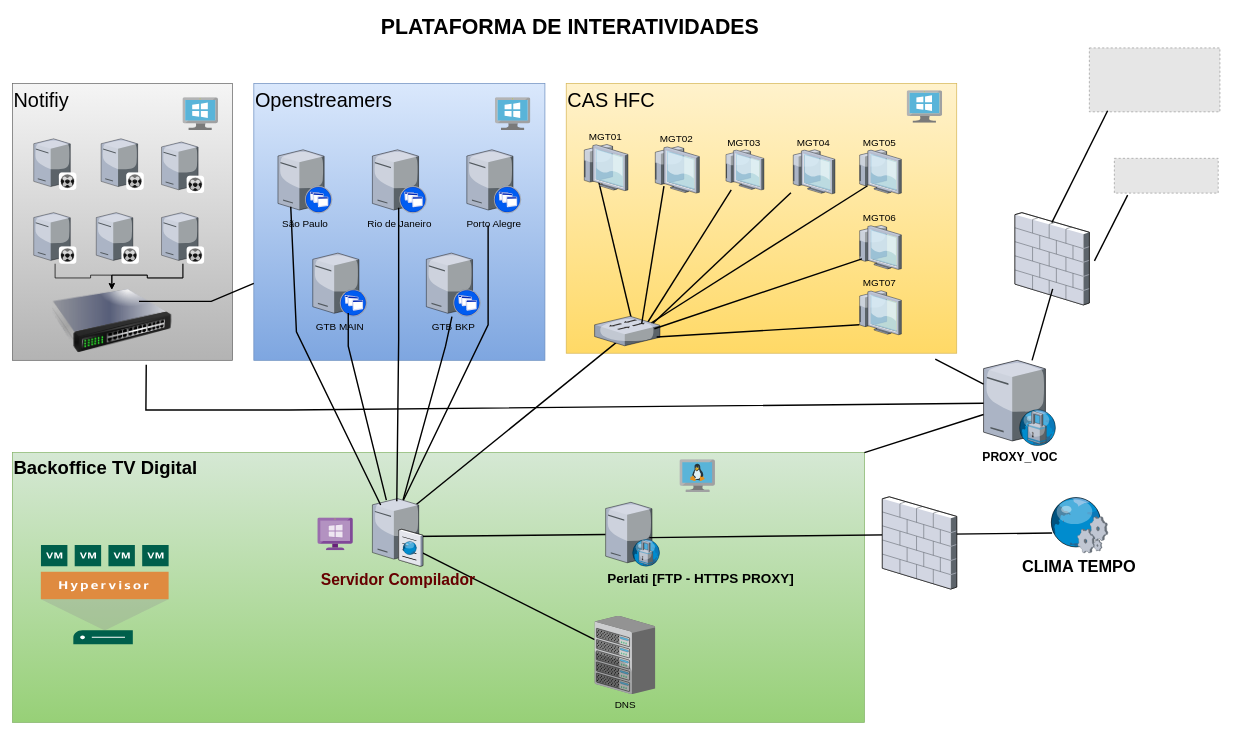
Before: NovaTopologia_Interatividades.drawio in eloyx3x/Diagramas, a draw.io diagram. Source tidied: cells renumbered, new cells numbered last; positions are measured from the earlier drawing's top-left corner, leaving out a move shared by most shapes. Both pictures are drawn from the tidied source at 71%, with x=0, y=0 at pixel (12, 12). Pictures stored in the file or linked from it are replaced by grey dashed boxes.
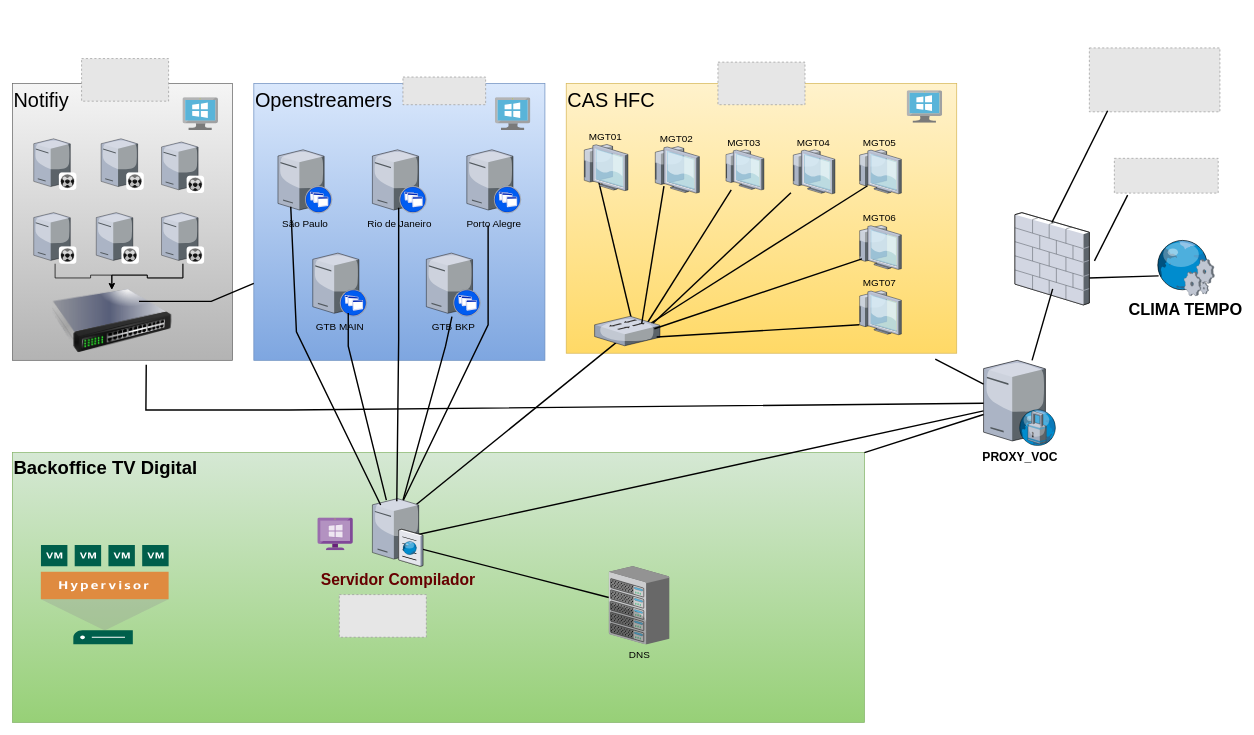
Above is the later version.

Unchanged cells that the change refers to:
```xml
<mxCell id="27" value="&lt;font color=&quot;#660000&quot; style=&quot;font-size: 22px;&quot;&gt;&lt;b style=&quot;font-size: 22px;&quot;&gt;&lt;font style=&quot;font-size: 22px;&quot;&gt;Servidor Compilador&lt;/font&gt;&lt;/b&gt;&lt;/font&gt;" style="verticalLabelPosition=bottom;html=1;verticalAlign=top;strokeColor=none;shape=mxgraph.citrix.cache_server;fontSize=22;labelPosition=center;align=center;labelBackgroundColor=none;" parent="1" vertex="1">
  <mxGeometry x="507" y="682.5" width="71" height="97.5" as="geometry" />
</mxCell>
<mxCell id="46" style="verticalLabelPosition=bottom;html=1;verticalAlign=top;strokeColor=none;shape=mxgraph.citrix.firewall;fontSize=14;labelBackgroundColor=none;" parent="1" vertex="1">
  <mxGeometry x="1412" y="282" width="104.8" height="130" as="geometry" />
</mxCell>
<mxCell id="51" value="PROXY_VOC" style="verticalLabelPosition=bottom;sketch=0;html=1;verticalAlign=top;strokeColor=none;align=center;outlineConnect=0;shape=mxgraph.citrix.proxy_server;fontSize=17;fontStyle=1;" parent="1" vertex="1">
  <mxGeometry x="1367.8" y="490" width="102" height="120" as="geometry" />
</mxCell>
```

Change to the diagram source:
```diff
@@
-    <mxCell id="13" style="edgeStyle=none;rounded=0;html=1;startSize=10;endSize=10;jettySize=auto;fontSize=14;endArrow=none;endFill=0;strokeWidth=2;exitX=0.727;exitY=0.57;exitDx=0;exitDy=0;exitPerimeter=0;labelBackgroundColor=none;fontColor=default;" parent="1" edge="1" source="27" target="16">
+    <mxCell id="13" style="edgeStyle=none;rounded=0;html=1;startSize=10;endSize=10;jettySize=auto;fontSize=14;endArrow=none;endFill=0;strokeWidth=2;exitX=0.727;exitY=0.57;exitDx=0;exitDy=0;exitPerimeter=0;labelBackgroundColor=none;fontColor=default;" parent="1" edge="1" source="27" target="51">
       <mxGeometry relative="1" as="geometry" />
     </mxCell>
     <mxCell id="14" value="DNS" style="verticalLabelPosition=bottom;html=1;verticalAlign=top;strokeColor=none;shape=mxgraph.citrix.chassis;fontSize=14;labelBackgroundColor=none;" parent="1" vertex="1">
-      <mxGeometry x="820" y="850" width="85.2" height="110" as="geometry" />
+      <mxGeometry x="840" y="780" width="85.2" height="110" as="geometry" />
     </mxCell>
@@
-    <mxCell id="16" value="&lt;b&gt;&lt;font style=&quot;font-size: 19px;&quot;&gt;&amp;nbsp;&amp;nbsp;&amp;nbsp;&amp;nbsp;&amp;nbsp;&amp;nbsp;&amp;nbsp;&amp;nbsp;&amp;nbsp;&amp;nbsp;&amp;nbsp;&amp;nbsp;&amp;nbsp;&amp;nbsp;&amp;nbsp;&amp;nbsp;&amp;nbsp;&amp;nbsp;&amp;nbsp;&amp;nbsp;&amp;nbsp;&amp;nbsp;&amp;nbsp;&amp;nbsp;&amp;nbsp;&amp;nbsp;&amp;nbsp;&amp;nbsp;&amp;nbsp;&amp;nbsp;&amp;nbsp;&amp;nbsp;&amp;nbsp;&amp;nbsp;&amp;nbsp; Perlati [FTP - HTTPS PROXY]&lt;/font&gt;&lt;/b&gt;" style="verticalLabelPosition=bottom;html=1;verticalAlign=top;strokeColor=none;shape=mxgraph.citrix.proxy_server;fontSize=14;labelBackgroundColor=none;" parent="1" vertex="1">
-      <mxGeometry x="835.5" y="690" width="76.5" height="90" as="geometry" />
-    </mxCell>
@@
-    <mxCell id="24" value="PLATAFORMA DE INTERATIVIDADES" style="text;strokeColor=none;fillColor=none;html=1;fontSize=30;fontStyle=1;verticalAlign=middle;align=center;labelBackgroundColor=none;" parent="1" vertex="1">
-      <mxGeometry x="354" width="861" height="40" as="geometry" />
-    </mxCell>
@@
     <mxCell id="36" value="CLIMA TEMPO" style="verticalLabelPosition=bottom;html=1;verticalAlign=top;strokeColor=none;shape=mxgraph.citrix.web_service;fontSize=23;labelBackgroundColor=none;fontStyle=1;" parent="1" vertex="1">
-      <mxGeometry x="1460" y="682.2" width="83" height="79" as="geometry" />
+      <mxGeometry x="1610" y="320" width="83" height="79" as="geometry" />
     </mxCell>
-    <mxCell id="37" style="edgeStyle=none;rounded=0;html=1;startSize=10;endSize=10;jettySize=auto;fontSize=14;endArrow=none;endFill=0;strokeWidth=2;exitX=0.805;exitY=0.552;exitDx=0;exitDy=0;exitPerimeter=0;entryX=0.053;entryY=0.646;entryDx=0;entryDy=0;entryPerimeter=0;labelBackgroundColor=none;fontColor=default;" parent="1" edge="1" source="16" target="36">
+    <mxCell id="37" style="edgeStyle=none;rounded=0;html=1;startSize=10;endSize=10;jettySize=auto;fontSize=14;endArrow=none;endFill=0;strokeWidth=2;exitX=0.992;exitY=0.708;exitDx=0;exitDy=0;exitPerimeter=0;entryX=0.053;entryY=0.646;entryDx=0;entryDy=0;entryPerimeter=0;labelBackgroundColor=none;fontColor=default;" parent="1" edge="1" source="46" target="36">
       <mxGeometry relative="1" as="geometry" />
     </mxCell>
@@
-    <mxCell id="57" style="image;sketch=0;html=1;align=center;fontSize=12;image=img/lib/mscae/VM_Linux.svg;" parent="1" vertex="1">
-      <mxGeometry x="940" y="630" width="50" height="46" as="geometry" />
-    </mxCell>
@@
-    <mxCell id="66" style="verticalLabelPosition=bottom;html=1;verticalAlign=top;strokeColor=none;shape=mxgraph.citrix.firewall;fontSize=14;labelBackgroundColor=none;" parent="1" vertex="1">
-      <mxGeometry x="1225.2" y="682.2" width="104.8" height="130" as="geometry" />
-    </mxCell>
@@
+    <mxCell id="68" style="fillColor=#E6E6E6;strokeColor=#999999;dashed=1;verticalLabelPosition=bottom;labelBackgroundColor=none;verticalAlign=top;" parent="1" vertex="1">
+      <mxGeometry x="460.4" y="820" width="122.6" height="60" as="geometry" />
+    </mxCell>
+    <mxCell id="69" style="fillColor=#E6E6E6;strokeColor=#999999;dashed=1;verticalLabelPosition=bottom;labelBackgroundColor=none;verticalAlign=top;" parent="1" vertex="1">
+      <mxGeometry x="97.4" y="65" width="122.6" height="60" as="geometry" />
+    </mxCell>
+    <mxCell id="70" style="fillColor=#E6E6E6;strokeColor=#999999;dashed=1;verticalLabelPosition=bottom;labelBackgroundColor=none;verticalAlign=top;" parent="1" vertex="1">
+      <mxGeometry x="993.7" y="70" width="122.6" height="60" as="geometry" />
+    </mxCell>
+    <mxCell id="71" style="fillColor=#E6E6E6;strokeColor=#999999;dashed=1;verticalLabelPosition=bottom;labelBackgroundColor=default;verticalAlign=top;" parent="1" vertex="1">
+      <mxGeometry x="550" y="91" width="116.5" height="39" as="geometry" />
+    </mxCell>
```
